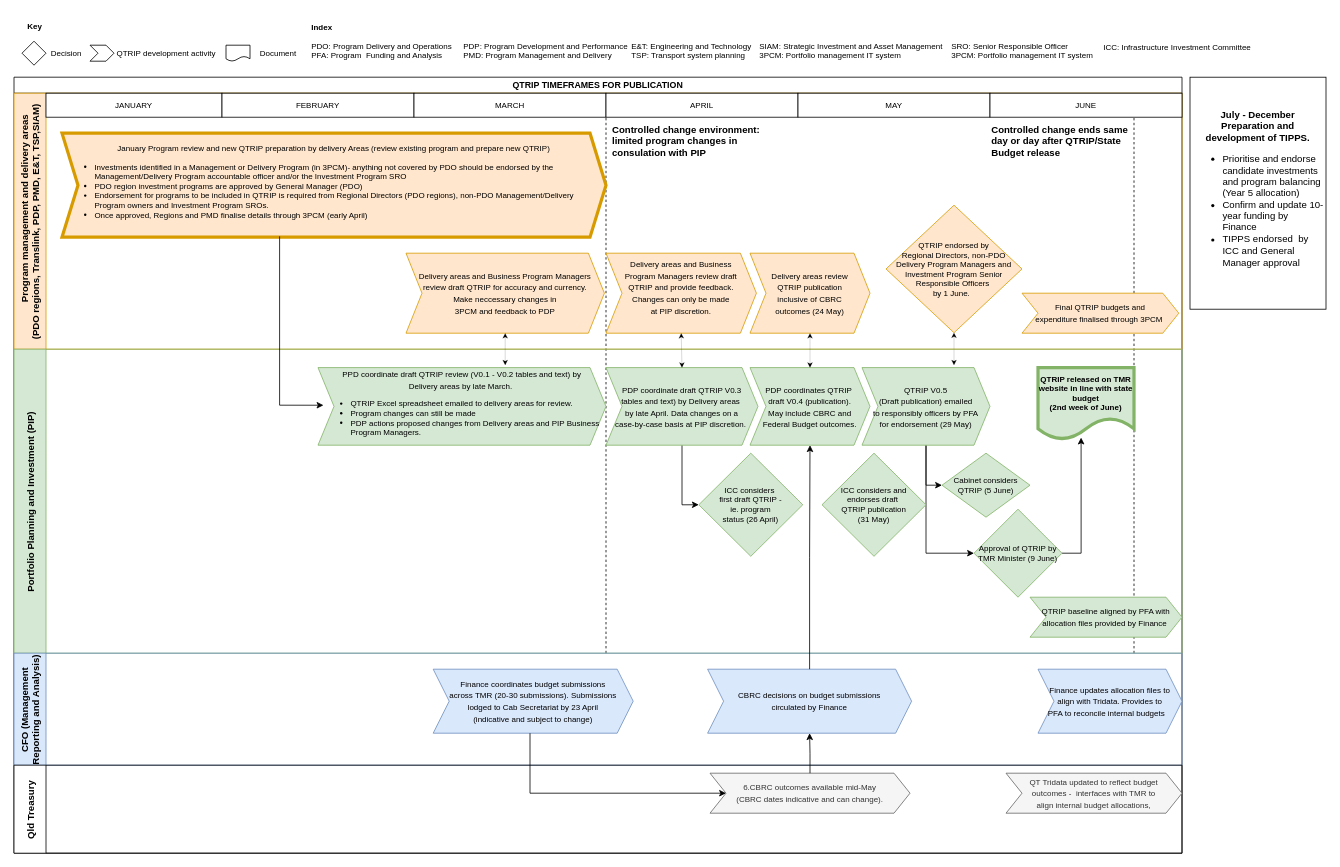
The draw.io diagram page "QTRIP" (1 of 5) of QTRIP and financial mapping.drawio in tzforster/great-suppository-name, before the edit. Source tidied: cells renumbered, new cells numbered last; positions are measured from the earlier drawing's top-left corner, leaving out a move shared by most shapes. Both pictures are drawn from the tidied source at 80%, with x=0, y=0 at pixel (14, 14).
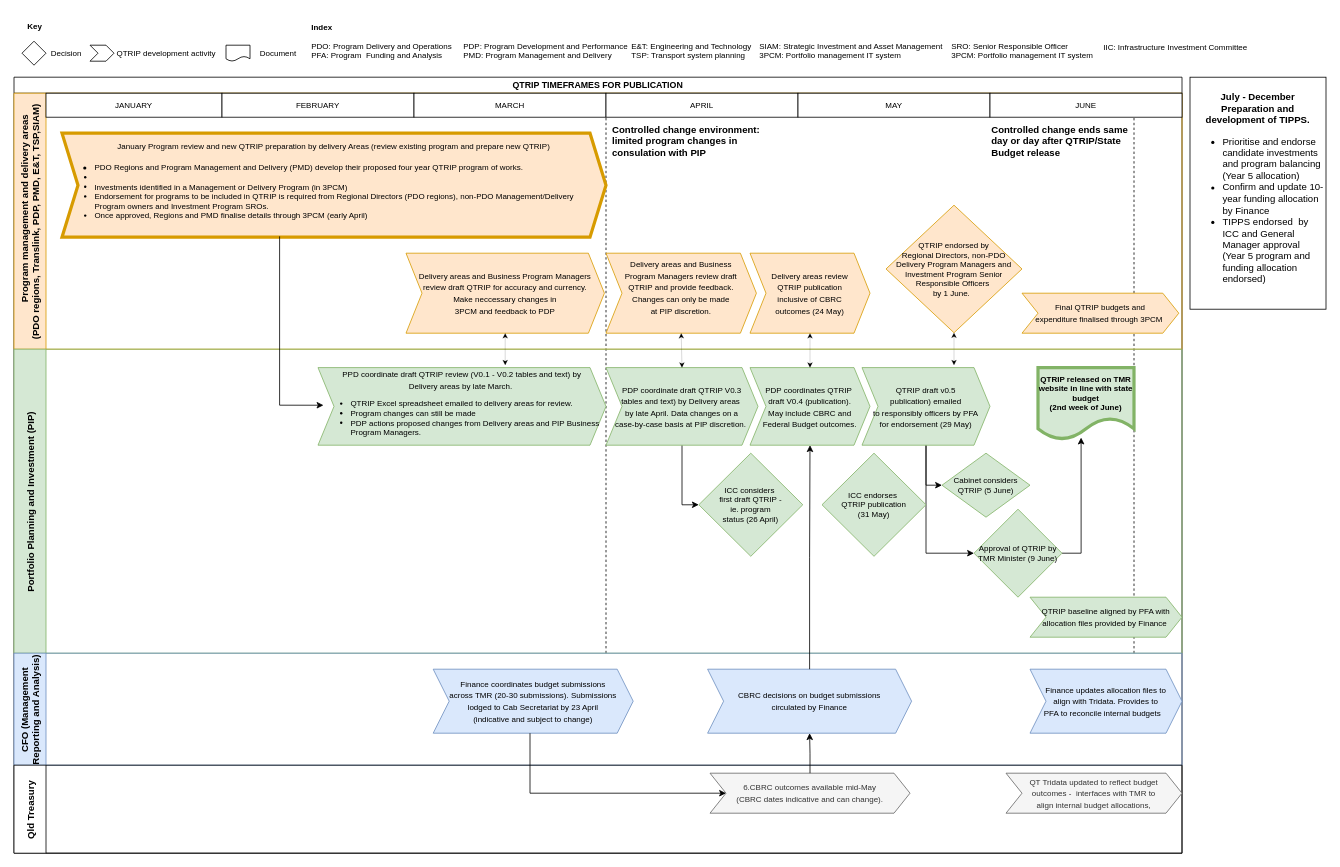
After the change.

Unchanged cells that the change refers to:
```xml
<mxCell id="5" value="            Program management and delivery areas  &#10;(PDO regions, Translink, PDP, PMD, E&amp;T, TSP,SIAM)" style="swimlane;startSize=40;horizontal=0;fillColor=#ffe6cc;strokeColor=#d79b00;" parent="2" vertex="1">
  <mxGeometry y="20" width="1460" height="320" as="geometry" />
</mxCell>
<mxCell id="21" value="Portfolio Planning and Investment (PIP)" style="swimlane;startSize=40;horizontal=0;fillColor=#d5e8d4;strokeColor=#82b366;" parent="2" vertex="1">
  <mxGeometry y="340" width="1460" height="380" as="geometry" />
</mxCell>
<mxCell id="36" value="CFO (Management&#10;Reporting and Analysis)" style="swimlane;startSize=40;horizontal=0;fillColor=#dae8fc;strokeColor=#6c8ebf;" parent="2" vertex="1">
  <mxGeometry y="720" width="1460" height="140" as="geometry" />
</mxCell>
<mxCell id="51" style="group;" parent="1" vertex="1">
  <mxGeometry x="370" y="9" width="1200" height="55" as="geometry" />
</mxCell>
```

Diff of the diagram source:
```diff
@@
-    <mxCell id="18" value="&lt;span style=&quot;text-align: left; background-color: initial;&quot;&gt;&lt;span style=&quot;font-size: 10px;&quot;&gt;January Program review and new QTRIP preparation&amp;nbsp;by delivery Areas (review existing program and prepare new QTRIP)&lt;/span&gt;&lt;/span&gt;&lt;span style=&quot;font-size: 10px;&quot;&gt;&lt;br&gt;&lt;/span&gt;&lt;div style=&quot;text-align: left; font-size: 10px;&quot;&gt;&lt;ul style=&quot;&quot;&gt;&lt;li&gt;&lt;span style=&quot;font-size: 10px;&quot;&gt;Investments identified in a Management or Delivery Program (in 3PCM)- anything not covered by PDO should be endorsed by the Management/Delivery Program accountable officer and/or the Investment Program SRO&lt;br&gt;&lt;/span&gt;&lt;/li&gt;&lt;li&gt;&lt;span style=&quot;font-size: 10px;&quot;&gt;PDO region investment programs are approved by General Manager (PDO)&lt;/span&gt;&lt;/li&gt;&lt;li&gt;&lt;span style=&quot;font-size: 10px;&quot;&gt;Endorsement for programs to be included in QTRIP is required from Regional Directors (PDO regions), non-PDO Management/Delivery Program owners and Investment Program SROs.&amp;nbsp;&lt;/span&gt;&lt;/li&gt;&lt;li&gt;&lt;span style=&quot;font-size: 10px;&quot;&gt;Once approved, Regions and PMD finalise details through 3PCM (early April)&lt;/span&gt;&lt;/li&gt;&lt;/ul&gt;&lt;/div&gt;" style="shape=step;perimeter=stepPerimeter;whiteSpace=wrap;html=1;fixedSize=1;fillColor=#ffe6cc;strokeColor=#d79b00;strokeWidth=4;" parent="5" vertex="1">
+    <mxCell id="18" value="&lt;span style=&quot;text-align: left; background-color: initial;&quot;&gt;&lt;span style=&quot;font-size: 10px;&quot;&gt;January Program review and new QTRIP preparation&amp;nbsp;by delivery Areas (review existing program and prepare new QTRIP)&lt;/span&gt;&lt;/span&gt;&lt;span style=&quot;font-size: 10px;&quot;&gt;&lt;br&gt;&lt;/span&gt;&lt;div style=&quot;text-align: left;&quot;&gt;&lt;ul style=&quot;&quot;&gt;&lt;li style=&quot;&quot;&gt;&lt;span style=&quot;font-size: 10px;&quot;&gt;PDO Regions and Program Management and Delivery (PMD) develop their proposed four year QTRIP program of works.&amp;nbsp;&lt;/span&gt;&lt;br&gt;&lt;/li&gt;&lt;li style=&quot;border-color: var(--border-color); font-size: 10px;&quot;&gt;&lt;br&gt;&lt;/li&gt;&lt;li style=&quot;font-size: 10px;&quot;&gt;&lt;span style=&quot;font-size: 10px;&quot;&gt;Investments identified in a Management or Delivery Program (in 3PCM)&lt;/span&gt;&lt;/li&gt;&lt;li style=&quot;font-size: 10px;&quot;&gt;&lt;span style=&quot;font-size: 10px;&quot;&gt;Endorsement for programs to be included in QTRIP is required from Regional Directors (PDO regions), non-PDO Management/Delivery Program owners and Investment Program SROs.&amp;nbsp;&lt;/span&gt;&lt;/li&gt;&lt;li style=&quot;font-size: 10px;&quot;&gt;&lt;span style=&quot;font-size: 10px;&quot;&gt;Once approved, Regions and PMD finalise details through 3PCM (early April)&lt;/span&gt;&lt;/li&gt;&lt;/ul&gt;&lt;/div&gt;" style="shape=step;perimeter=stepPerimeter;whiteSpace=wrap;html=1;fixedSize=1;fillColor=#ffe6cc;strokeColor=#d79b00;strokeWidth=4;" parent="5" vertex="1">
       <mxGeometry x="60" y="50" width="680" height="130" as="geometry" />
     </mxCell>
@@
-    <mxCell id="27" value="&lt;span style=&quot;font-size: 10px;&quot;&gt;QTRIP V0.5&lt;br&gt;(Draft publication) emailed&lt;br&gt;to responsibly officers&amp;nbsp;by PFA&lt;br&gt;for endorsement (29 May)&lt;br&gt;&lt;/span&gt;" style="shape=step;perimeter=stepPerimeter;whiteSpace=wrap;html=1;fixedSize=1;fillColor=#d5e8d4;strokeColor=#82b366;" parent="21" vertex="1">
+    <mxCell id="27" value="&lt;span style=&quot;font-size: 10px;&quot;&gt;QTRIP draft v0.5&lt;br&gt;publication) emailed&lt;br&gt;to responsibly officers&amp;nbsp;by PFA&lt;br&gt;for endorsement (29 May)&lt;br&gt;&lt;/span&gt;" style="shape=step;perimeter=stepPerimeter;whiteSpace=wrap;html=1;fixedSize=1;fillColor=#d5e8d4;strokeColor=#82b366;" parent="21" vertex="1">
       <mxGeometry x="1060" y="23" width="160" height="97" as="geometry" />
     </mxCell>
-    <mxCell id="28" value="ICC considers and&lt;br&gt;endorses draft&amp;nbsp;&lt;br&gt;QTRIP publication&lt;br&gt;(31 May)" style="rhombus;whiteSpace=wrap;html=1;fontSize=10;fillColor=#d5e8d4;strokeColor=#82b366;" parent="21" vertex="1">
+    <mxCell id="28" value="ICC&amp;nbsp;endorses&amp;nbsp;&lt;br&gt;QTRIP publication&lt;br&gt;(31 May)" style="rhombus;whiteSpace=wrap;html=1;fontSize=10;fillColor=#d5e8d4;strokeColor=#82b366;" parent="21" vertex="1">
       <mxGeometry x="1010" y="130" width="130" height="128.9" as="geometry" />
     </mxCell>
@@
     <mxCell id="37" value="&lt;font style=&quot;font-size: 10px;&quot;&gt;Finance updates allocation files to&lt;br&gt;align with Tridata. Provides to &lt;br&gt;PFA to reconcile internal budgets&amp;nbsp; &amp;nbsp;&lt;/font&gt;" style="shape=step;perimeter=stepPerimeter;whiteSpace=wrap;html=1;fixedSize=1;fillColor=#dae8fc;strokeColor=#6c8ebf;" parent="36" vertex="1">
-      <mxGeometry x="1280" y="20" width="180" height="80" as="geometry" />
+      <mxGeometry x="1270" y="20" width="190" height="80" as="geometry" />
     </mxCell>
@@
-    <mxCell id="50" value="&lt;b&gt;July - December&lt;br&gt;Preparation and development of TIPPS.&lt;/b&gt;&lt;br&gt;&lt;div style=&quot;text-align: left;&quot;&gt;&lt;ul&gt;&lt;li&gt;&lt;span style=&quot;font-size: 12px;&quot;&gt;Prioritise and endorse candidate investments and program balancing (Year 5 allocation)&amp;nbsp;&lt;/span&gt;&lt;/li&gt;&lt;li&gt;&lt;span style=&quot;font-size: 12px;&quot;&gt;Confirm and update 10-year funding by Finance&lt;/span&gt;&lt;/li&gt;&lt;li&gt;&lt;span style=&quot;font-size: 12px;&quot;&gt;TIPPS endorsed&amp;nbsp; by ICC and General Manager approval&lt;/span&gt;&lt;/li&gt;&lt;/ul&gt;&lt;/div&gt;" style="rounded=0;whiteSpace=wrap;html=1;" parent="1" vertex="1">
+    <mxCell id="50" value="&lt;b&gt;July - December&lt;br&gt;Preparation and development of TIPPS.&lt;/b&gt;&lt;br&gt;&lt;div style=&quot;text-align: left;&quot;&gt;&lt;ul&gt;&lt;li&gt;&lt;span style=&quot;font-size: 12px;&quot;&gt;Prioritise and endorse candidate investments and program balancing (Year 5 allocation)&amp;nbsp;&lt;/span&gt;&lt;/li&gt;&lt;li&gt;&lt;span style=&quot;font-size: 12px;&quot;&gt;Confirm and update 10-year funding allocation by Finance&lt;/span&gt;&lt;/li&gt;&lt;li&gt;&lt;span style=&quot;font-size: 12px;&quot;&gt;TIPPS endorsed&amp;nbsp; by ICC and General Manager approval (Year 5 program and funding allocation endorsed)&lt;/span&gt;&lt;/li&gt;&lt;/ul&gt;&lt;/div&gt;" style="rounded=0;whiteSpace=wrap;html=1;" parent="1" vertex="1">
       <mxGeometry x="1470" y="79" width="170" height="290" as="geometry" />
     </mxCell>
@@
-    <mxCell id="57" value="&lt;br&gt;&lt;br&gt;ICC: Infrastructure Investment Committee" style="text;html=1;align=left;verticalAlign=middle;strokeColor=none;fillColor=none;fontSize=10;" parent="51" vertex="1">
-      <mxGeometry x="990" y="-5" width="210" height="50" as="geometry" />
+    <mxCell id="57" value="&lt;br&gt;&lt;br&gt;IIC: Infrastructure Investment Committee" style="text;html=1;align=left;verticalAlign=middle;strokeColor=none;fillColor=none;fontSize=10;" parent="51" vertex="1">
+      <mxGeometry x="990" y="-5" width="200" height="50" as="geometry" />
     </mxCell>
```
